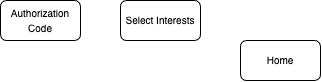
Earlier version of the draw.io export .images/FurDem UX Flowchart.drawio.png (tcfev/Fordem). Source tidied: cells renumbered, new cells last; positions are measured from the earlier drawing's top-left corner, leaving out a move shared by most shapes.
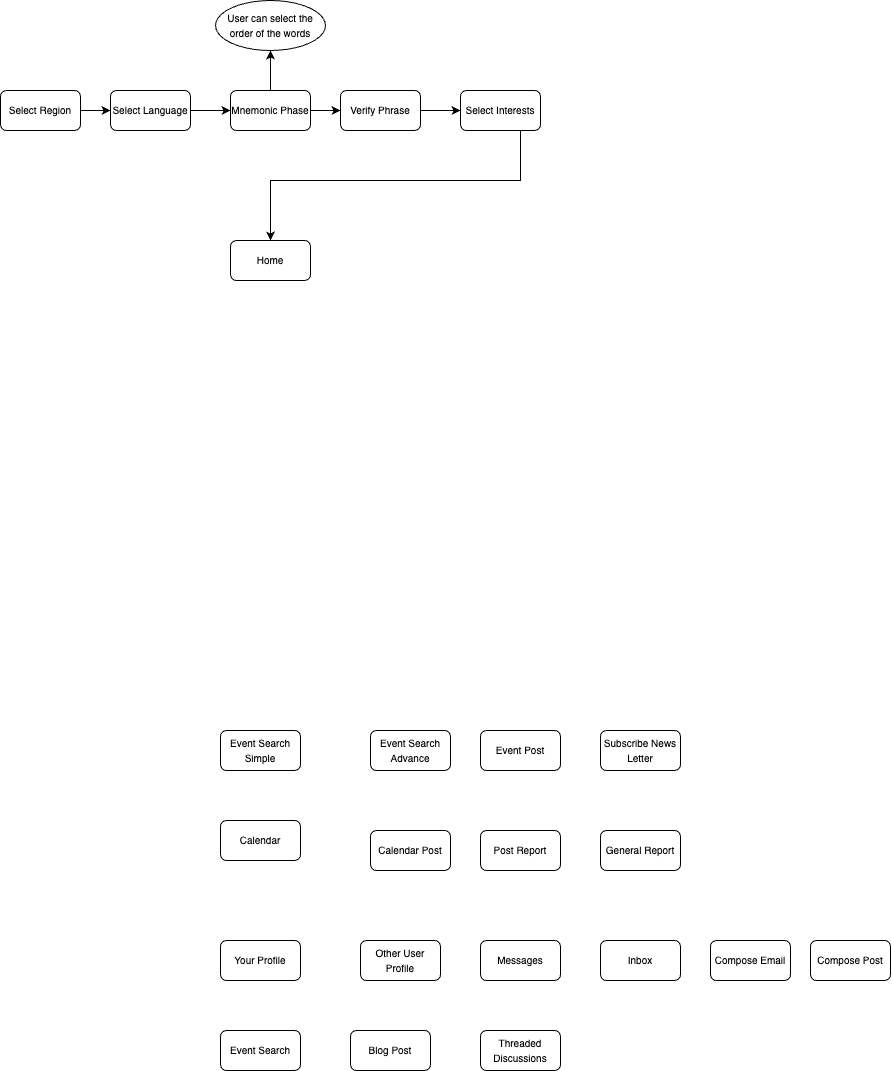
After the change.

What changed in the source:
```diff
@@ -3,13 +3,99 @@
     <mxCell id="0" />
     <mxCell id="1" parent="0" />
     <mxCell id="2" value="&lt;font style=&quot;font-size: 10px;&quot;&gt;Home&lt;/font&gt;" style="rounded=1;whiteSpace=wrap;html=1;" parent="1" vertex="1">
-      <mxGeometry x="240" y="40" width="80" height="40" as="geometry" />
+      <mxGeometry x="-110" y="150" width="80" height="40" as="geometry" />
     </mxCell>
+    <mxCell id="5" style="edgeStyle=orthogonalEdgeStyle;rounded=0;jettySize=auto;html=1;fontSize=10;" parent="1" edge="1" source="3" target="2">
+      <mxGeometry relative="1" as="geometry">
+        <Array as="points">
+          <mxPoint x="180" y="90" />
+          <mxPoint x="-70" y="90" />
+        </Array>
+      </mxGeometry>
+    </mxCell>
     <mxCell id="3" value="&lt;font style=&quot;font-size: 10px;&quot;&gt;Select Interests&lt;/font&gt;" style="rounded=1;whiteSpace=wrap;html=1;" parent="1" vertex="1">
       <mxGeometry x="120" width="80" height="40" as="geometry" />
     </mxCell>
+    <mxCell id="6" style="edgeStyle=orthogonalEdgeStyle;rounded=0;jettySize=auto;html=1;fontSize=10;" parent="1" edge="1" source="4" target="3">
+      <mxGeometry relative="1" as="geometry" />
+    </mxCell>
-    <mxCell id="4" value="&lt;font style=&quot;font-size: 10px;&quot;&gt;Authorization Code&lt;/font&gt;" style="rounded=1;whiteSpace=wrap;html=1;" parent="1" vertex="1">
+    <mxCell id="4" value="&lt;font style=&quot;font-size: 10px;&quot;&gt;Verify Phrase&lt;/font&gt;" style="rounded=1;whiteSpace=wrap;html=1;" parent="1" vertex="1">
       <mxGeometry width="80" height="40" as="geometry" />
     </mxCell>
+    <mxCell id="7" style="edgeStyle=orthogonalEdgeStyle;rounded=0;jettySize=auto;html=1;fontSize=10;" parent="1" edge="1" source="9" target="4">
+      <mxGeometry relative="1" as="geometry" />
+    </mxCell>
+    <mxCell id="8" style="edgeStyle=orthogonalEdgeStyle;rounded=0;jettySize=auto;html=1;fontSize=10;" parent="1" edge="1" source="9" target="31">
+      <mxGeometry relative="1" as="geometry" />
+    </mxCell>
+    <mxCell id="9" value="&lt;font style=&quot;font-size: 10px;&quot;&gt;Mnemonic Phase&lt;/font&gt;" style="rounded=1;whiteSpace=wrap;html=1;" parent="1" vertex="1">
+      <mxGeometry x="-110" width="80" height="40" as="geometry" />
+    </mxCell>
+    <mxCell id="10" style="edgeStyle=orthogonalEdgeStyle;rounded=0;jettySize=auto;html=1;fontSize=10;" parent="1" edge="1" source="11" target="9">
+      <mxGeometry relative="1" as="geometry" />
+    </mxCell>
+    <mxCell id="11" value="&lt;font style=&quot;font-size: 10px;&quot;&gt;Select Language&lt;/font&gt;" style="rounded=1;whiteSpace=wrap;html=1;" parent="1" vertex="1">
+      <mxGeometry x="-230" width="80" height="40" as="geometry" />
+    </mxCell>
+    <mxCell id="12" style="edgeStyle=orthogonalEdgeStyle;rounded=0;jettySize=auto;html=1;entryX=0;entryY=0.5;entryDx=0;entryDy=0;fontSize=10;" parent="1" edge="1" source="13" target="11">
+      <mxGeometry relative="1" as="geometry" />
+    </mxCell>
+    <mxCell id="13" value="&lt;font style=&quot;font-size: 10px;&quot;&gt;Select Region&lt;/font&gt;" style="rounded=1;whiteSpace=wrap;html=1;" parent="1" vertex="1">
+      <mxGeometry x="-340" width="80" height="40" as="geometry" />
+    </mxCell>
+    <mxCell id="14" value="&lt;font style=&quot;font-size: 10px;&quot;&gt;Event Search Simple&lt;/font&gt;" style="rounded=1;whiteSpace=wrap;html=1;" parent="1" vertex="1">
+      <mxGeometry x="-120" y="640" width="80" height="40" as="geometry" />
+    </mxCell>
+    <mxCell id="15" value="&lt;font style=&quot;font-size: 10px;&quot;&gt;Event Search Advance&lt;/font&gt;" style="rounded=1;whiteSpace=wrap;html=1;" parent="1" vertex="1">
+      <mxGeometry x="30" y="640" width="80" height="40" as="geometry" />
+    </mxCell>
+    <mxCell id="16" value="&lt;font style=&quot;font-size: 10px;&quot;&gt;Event Post&lt;/font&gt;" style="rounded=1;whiteSpace=wrap;html=1;" parent="1" vertex="1">
+      <mxGeometry x="140" y="640" width="80" height="40" as="geometry" />
+    </mxCell>
+    <mxCell id="17" value="&lt;font style=&quot;font-size: 10px;&quot;&gt;Subscribe News Letter&lt;/font&gt;" style="rounded=1;whiteSpace=wrap;html=1;" parent="1" vertex="1">
+      <mxGeometry x="260" y="640" width="80" height="40" as="geometry" />
+    </mxCell>
+    <mxCell id="18" value="&lt;font style=&quot;font-size: 10px;&quot;&gt;Calendar&lt;/font&gt;" style="rounded=1;whiteSpace=wrap;html=1;" parent="1" vertex="1">
+      <mxGeometry x="-120" y="730" width="80" height="40" as="geometry" />
+    </mxCell>
+    <mxCell id="19" value="&lt;font style=&quot;font-size: 10px;&quot;&gt;Calendar Post&lt;/font&gt;" style="rounded=1;whiteSpace=wrap;html=1;" parent="1" vertex="1">
+      <mxGeometry x="30" y="740" width="80" height="40" as="geometry" />
+    </mxCell>
+    <mxCell id="20" value="&lt;font style=&quot;font-size: 10px;&quot;&gt;Post Report&lt;/font&gt;" style="rounded=1;whiteSpace=wrap;html=1;" parent="1" vertex="1">
+      <mxGeometry x="140" y="740" width="80" height="40" as="geometry" />
+    </mxCell>
+    <mxCell id="21" value="&lt;font style=&quot;font-size: 10px;&quot;&gt;General Report&lt;/font&gt;" style="rounded=1;whiteSpace=wrap;html=1;" parent="1" vertex="1">
+      <mxGeometry x="260" y="740" width="80" height="40" as="geometry" />
+    </mxCell>
+    <mxCell id="22" value="&lt;font style=&quot;font-size: 10px;&quot;&gt;Your Profile&lt;/font&gt;" style="rounded=1;whiteSpace=wrap;html=1;" parent="1" vertex="1">
+      <mxGeometry x="-120" y="850" width="80" height="40" as="geometry" />
+    </mxCell>
+    <mxCell id="23" value="&lt;font style=&quot;font-size: 10px;&quot;&gt;Other User Profile&lt;/font&gt;" style="rounded=1;whiteSpace=wrap;html=1;" parent="1" vertex="1">
+      <mxGeometry x="20" y="850" width="80" height="40" as="geometry" />
+    </mxCell>
+    <mxCell id="24" value="&lt;font style=&quot;font-size: 10px;&quot;&gt;Messages&lt;/font&gt;" style="rounded=1;whiteSpace=wrap;html=1;" parent="1" vertex="1">
+      <mxGeometry x="140" y="850" width="80" height="40" as="geometry" />
+    </mxCell>
+    <mxCell id="25" value="&lt;font style=&quot;font-size: 10px;&quot;&gt;Inbox&lt;/font&gt;" style="rounded=1;whiteSpace=wrap;html=1;" parent="1" vertex="1">
+      <mxGeometry x="260" y="850" width="80" height="40" as="geometry" />
+    </mxCell>
+    <mxCell id="26" value="&lt;font style=&quot;font-size: 10px;&quot;&gt;Compose Email&lt;/font&gt;" style="rounded=1;whiteSpace=wrap;html=1;" parent="1" vertex="1">
+      <mxGeometry x="370" y="850" width="80" height="40" as="geometry" />
+    </mxCell>
+    <mxCell id="27" value="&lt;font style=&quot;font-size: 10px;&quot;&gt;Compose Post&lt;/font&gt;" style="rounded=1;whiteSpace=wrap;html=1;" parent="1" vertex="1">
+      <mxGeometry x="470" y="850" width="80" height="40" as="geometry" />
+    </mxCell>
+    <mxCell id="28" value="&lt;font style=&quot;font-size: 10px;&quot;&gt;Event Search&lt;/font&gt;" style="rounded=1;whiteSpace=wrap;html=1;" parent="1" vertex="1">
+      <mxGeometry x="-120" y="940" width="80" height="40" as="geometry" />
+    </mxCell>
+    <mxCell id="29" value="&lt;font style=&quot;font-size: 10px;&quot;&gt;Blog Post&lt;/font&gt;" style="rounded=1;whiteSpace=wrap;html=1;" parent="1" vertex="1">
+      <mxGeometry x="10" y="940" width="80" height="40" as="geometry" />
+    </mxCell>
+    <mxCell id="30" value="&lt;font style=&quot;font-size: 10px;&quot;&gt;Threaded Discussions&lt;/font&gt;" style="rounded=1;whiteSpace=wrap;html=1;" parent="1" vertex="1">
+      <mxGeometry x="140" y="940" width="80" height="40" as="geometry" />
+    </mxCell>
+    <mxCell id="31" value="&lt;font style=&quot;font-size: 10px;&quot;&gt;User can select the order of the words&lt;/font&gt;" style="ellipse;whiteSpace=wrap;html=1;rounded=1;" parent="1" vertex="1">
+      <mxGeometry x="-125" y="-90" width="110" height="50" as="geometry" />
+    </mxCell>
   </root>
 </mxGraphModel>
```
